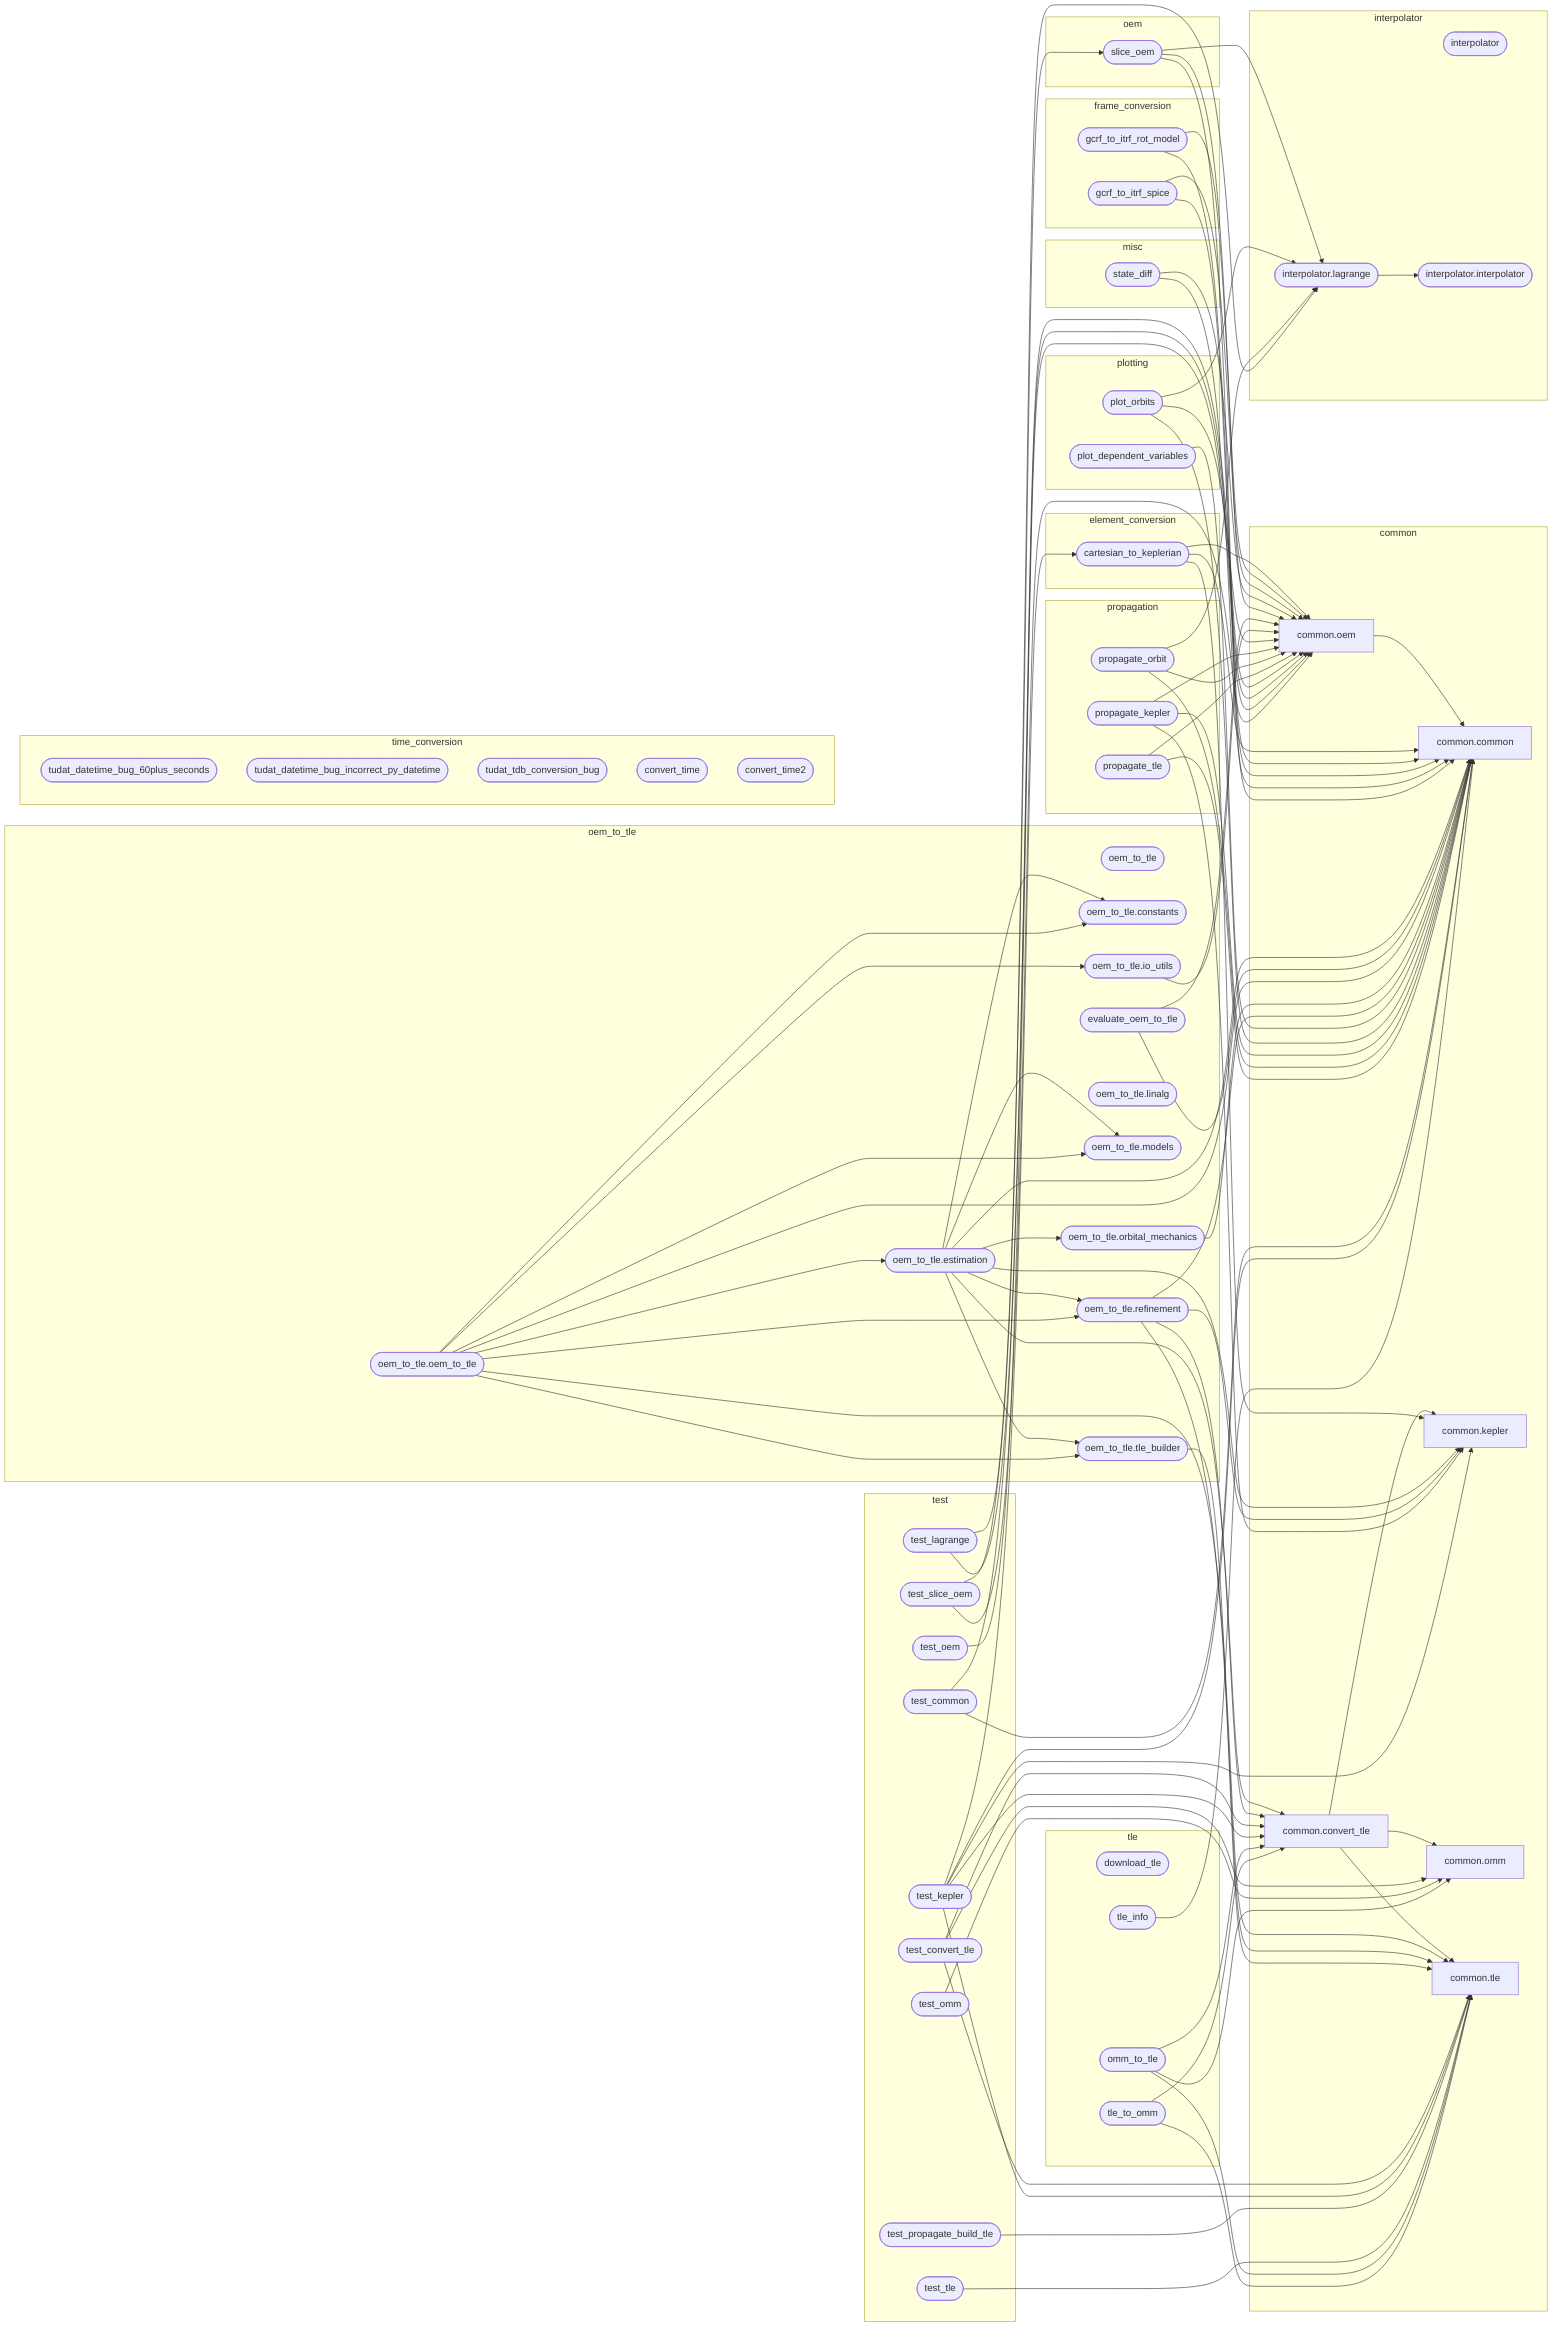
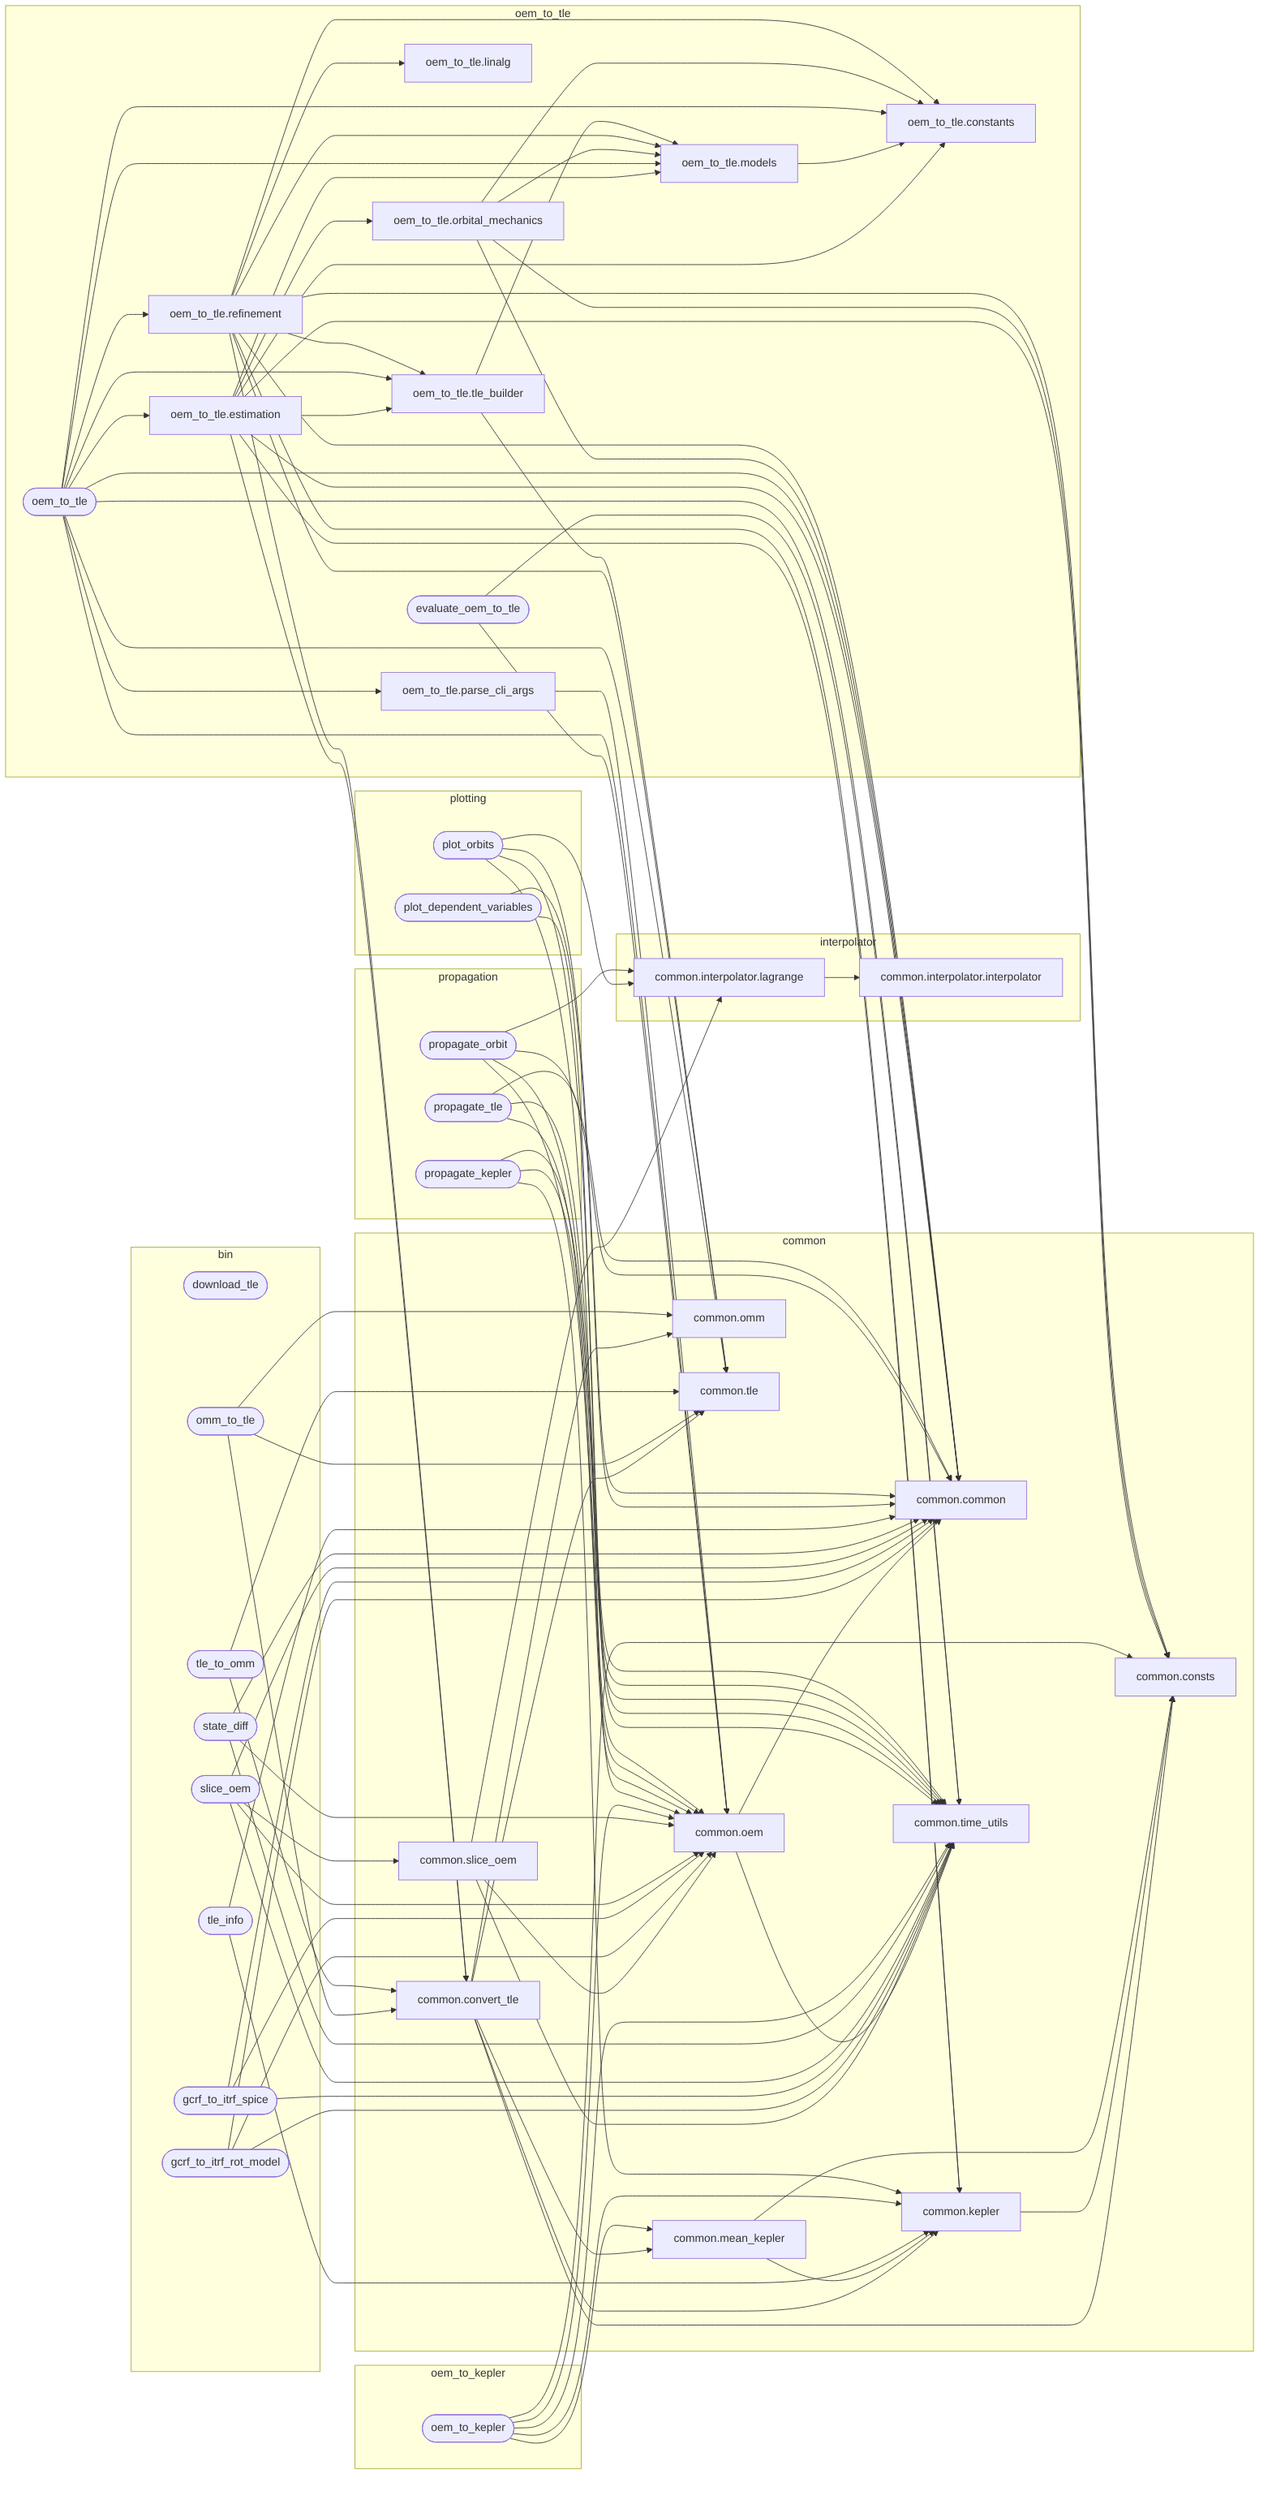
---
config:
  flowchart:
    curve: basis
---
graph LR

%% Internal Python module dependencies
%% Standalone scripts use stadium shape ([...])
%% Library modules use default rectangle shape [...]

    subgraph common
        mod_common_common[common.common]
+         mod_common_consts[common.consts]
        mod_common_convert_tle[common.convert_tle]
        mod_common_kepler[common.kepler]
+         mod_common_mean_kepler[common.mean_kepler]
        mod_common_oem[common.oem]
        mod_common_omm[common.omm]
+         mod_common_slice_oem[common.slice_oem]
+         mod_common_time_utils[common.time_utils]
        mod_common_tle[common.tle]
    end

-     subgraph element_conversion
-         mod_element_conversion_cartesian_to_keplerian([cartesian_to_keplerian])
+     subgraph interpolator
+         mod_interpolator_interpolator[common.interpolator.interpolator]
+         mod_interpolator_lagrange[common.interpolator.lagrange]
    end

-     subgraph frame_conversion
-         mod_frame_conversion_gcrf_to_itrf_rot_model([gcrf_to_itrf_rot_model])
-         mod_frame_conversion_gcrf_to_itrf_spice([gcrf_to_itrf_spice])
+     subgraph bin
+         mod_bin_download_tle([download_tle])
+         mod_bin_gcrf_to_itrf_rot_model([gcrf_to_itrf_rot_model])
+         mod_bin_gcrf_to_itrf_spice([gcrf_to_itrf_spice])
+         mod_bin_omm_to_tle([omm_to_tle])
+         mod_bin_slice_oem([slice_oem])
+         mod_bin_state_diff([state_diff])
+         mod_bin_tle_info([tle_info])
+         mod_bin_tle_to_omm([tle_to_omm])
    end

-     subgraph interpolator
-         mod_interpolator_package([interpolator])
-         mod_interpolator_interpolator([interpolator.interpolator])
-         mod_interpolator_lagrange([interpolator.lagrange])
-     end
- 
-     subgraph misc
-         mod_misc_state_diff([state_diff])
-     end
- 
-     subgraph oem
-         mod_oem_slice_oem([slice_oem])
+     subgraph oem_to_kepler
+         mod_oem_to_kepler([oem_to_kepler])
    end

    subgraph oem_to_tle
-         mod_oem_to_tle_package([oem_to_tle])
-         mod_oem_to_tle_constants([oem_to_tle.constants])
-         mod_oem_to_tle_estimation([oem_to_tle.estimation])
+         mod_oem_to_tle_constants[oem_to_tle.constants]
+         mod_oem_to_tle_estimation[oem_to_tle.estimation]
        mod_oem_to_tle_evaluate_oem_to_tle([evaluate_oem_to_tle])
-         mod_oem_to_tle_io_utils([oem_to_tle.io_utils])
-         mod_oem_to_tle_linalg([oem_to_tle.linalg])
-         mod_oem_to_tle_models([oem_to_tle.models])
-         mod_oem_to_tle_oem_to_tle([oem_to_tle.oem_to_tle])
-         mod_oem_to_tle_orbital_mechanics([oem_to_tle.orbital_mechanics])
-         mod_oem_to_tle_refinement([oem_to_tle.refinement])
-         mod_oem_to_tle_tle_builder([oem_to_tle.tle_builder])
+         mod_oem_to_tle_linalg[oem_to_tle.linalg]
+         mod_oem_to_tle_models[oem_to_tle.models]
+         mod_oem_to_tle_oem_to_tle([oem_to_tle])
+         mod_oem_to_tle_orbital_mechanics[oem_to_tle.orbital_mechanics]
+         mod_oem_to_tle_parse_cli_args[oem_to_tle.parse_cli_args]
+         mod_oem_to_tle_refinement[oem_to_tle.refinement]
+         mod_oem_to_tle_tle_builder[oem_to_tle.tle_builder]
    end

    subgraph plotting
        mod_plotting_plot_dependent_variables([plot_dependent_variables])
        mod_plotting_plot_orbits([plot_orbits])
    end

    subgraph propagation
        mod_propagation_propagate_kepler([propagate_kepler])
-         mod_propagation_propagate_satellite_orbit([propagate_orbit])
+         mod_propagation_propagate_orbit([propagate_orbit])
        mod_propagation_propagate_tle([propagate_tle])
    end

-     subgraph test
-         mod_test_test_common([test_common])
-         mod_test_test_convert_tle([test_convert_tle])
-         mod_test_test_kepler([test_kepler])
-         mod_test_test_lagrange([test_lagrange])
-         mod_test_test_oem([test_oem])
-         mod_test_test_omm([test_omm])
-         mod_test_test_propagate_build_tle([test_propagate_build_tle])
-         mod_test_test_slice_oem([test_slice_oem])
-         mod_test_test_tle([test_tle])
-     end
- 
-     subgraph time_conversion
-         mod_time_conversion_old_tudat_datetime_bug_60plus_seconds([tudat_datetime_bug_60plus_seconds])
-         mod_time_conversion_old_tudat_datetime_bug_incorrect_py_datetime([tudat_datetime_bug_incorrect_py_datetime])
-         mod_time_conversion_old_tudat_tdb_conversion_bug([tudat_tdb_conversion_bug])
-         mod_time_conversion_tools_convert_time([convert_time])
-         mod_time_conversion_tools_convert_time2([convert_time2])
-     end
- 
-     subgraph tle
-         mod_tle_download_tle([download_tle])
-         mod_tle_omm_to_tle([omm_to_tle])
-         mod_tle_tle_info([tle_info])
-         mod_tle_tle_to_omm([tle_to_omm])
-     end
- 
-     %% Edges
+     %% ===== Common library internal edges =====
    mod_common_convert_tle --> mod_common_kepler
+     mod_common_convert_tle --> mod_common_mean_kepler
    mod_common_convert_tle --> mod_common_omm
    mod_common_convert_tle --> mod_common_tle
+     mod_common_convert_tle --> mod_common_consts
+     mod_common_kepler --> mod_common_consts
+     mod_common_mean_kepler --> mod_common_kepler
+     mod_common_mean_kepler --> mod_common_consts
    mod_common_oem --> mod_common_common
-     mod_element_conversion_cartesian_to_keplerian --> mod_common_common
-     mod_element_conversion_cartesian_to_keplerian --> mod_common_kepler
-     mod_element_conversion_cartesian_to_keplerian --> mod_common_oem
-     mod_frame_conversion_gcrf_to_itrf_rot_model --> mod_common_common
-     mod_frame_conversion_gcrf_to_itrf_rot_model --> mod_common_oem
-     mod_frame_conversion_gcrf_to_itrf_spice --> mod_common_common
-     mod_frame_conversion_gcrf_to_itrf_spice --> mod_common_oem
+     mod_common_oem --> mod_common_time_utils
+     mod_common_slice_oem --> mod_common_oem
+     mod_common_slice_oem --> mod_common_time_utils
+     mod_common_slice_oem --> mod_interpolator_lagrange
    mod_interpolator_lagrange --> mod_interpolator_interpolator
-     mod_misc_state_diff --> mod_common_common
-     mod_misc_state_diff --> mod_common_oem
-     mod_oem_slice_oem --> mod_common_common
-     mod_oem_slice_oem --> mod_common_oem
-     mod_oem_slice_oem --> mod_interpolator_lagrange
+ 
+     %% ===== bin/ script edges =====
+     mod_bin_gcrf_to_itrf_rot_model --> mod_common_common
+     mod_bin_gcrf_to_itrf_rot_model --> mod_common_oem
+     mod_bin_gcrf_to_itrf_rot_model --> mod_common_time_utils
+     mod_bin_gcrf_to_itrf_spice --> mod_common_common
+     mod_bin_gcrf_to_itrf_spice --> mod_common_oem
+     mod_bin_gcrf_to_itrf_spice --> mod_common_time_utils
+     mod_bin_omm_to_tle --> mod_common_convert_tle
+     mod_bin_omm_to_tle --> mod_common_omm
+     mod_bin_omm_to_tle --> mod_common_tle
+     mod_bin_slice_oem --> mod_common_common
+     mod_bin_slice_oem --> mod_common_oem
+     mod_bin_slice_oem --> mod_common_slice_oem
+     mod_bin_slice_oem --> mod_common_time_utils
+     mod_bin_state_diff --> mod_common_common
+     mod_bin_state_diff --> mod_common_oem
+     mod_bin_state_diff --> mod_common_time_utils
+     mod_bin_tle_info --> mod_common_common
+     mod_bin_tle_info --> mod_common_kepler
+     mod_bin_tle_to_omm --> mod_common_convert_tle
+     mod_bin_tle_to_omm --> mod_common_tle
+ 
+     %% ===== oem_to_kepler edges =====
+     mod_oem_to_kepler --> mod_common_consts
+     mod_oem_to_kepler --> mod_common_kepler
+     mod_oem_to_kepler --> mod_common_mean_kepler
+     mod_oem_to_kepler --> mod_common_oem
+     mod_oem_to_kepler --> mod_common_time_utils
+ 
+     %% ===== oem_to_tle edges =====
    mod_oem_to_tle_estimation --> mod_common_common
+     mod_oem_to_tle_estimation --> mod_common_consts
    mod_oem_to_tle_estimation --> mod_common_convert_tle
    mod_oem_to_tle_estimation --> mod_common_kepler
    mod_oem_to_tle_estimation --> mod_oem_to_tle_constants
    mod_oem_to_tle_estimation --> mod_oem_to_tle_models
    mod_oem_to_tle_estimation --> mod_oem_to_tle_orbital_mechanics
-     mod_oem_to_tle_estimation --> mod_oem_to_tle_refinement
    mod_oem_to_tle_estimation --> mod_oem_to_tle_tle_builder
-     mod_oem_to_tle_evaluate_oem_to_tle --> mod_common_common
    mod_oem_to_tle_evaluate_oem_to_tle --> mod_common_oem
-     mod_oem_to_tle_io_utils --> mod_common_oem
+     mod_oem_to_tle_evaluate_oem_to_tle --> mod_common_time_utils
+     mod_oem_to_tle_models --> mod_oem_to_tle_constants
    mod_oem_to_tle_oem_to_tle --> mod_common_common
+     mod_oem_to_tle_oem_to_tle --> mod_common_oem
+     mod_oem_to_tle_oem_to_tle --> mod_common_time_utils
    mod_oem_to_tle_oem_to_tle --> mod_common_tle
    mod_oem_to_tle_oem_to_tle --> mod_oem_to_tle_constants
    mod_oem_to_tle_oem_to_tle --> mod_oem_to_tle_estimation
-     mod_oem_to_tle_oem_to_tle --> mod_oem_to_tle_io_utils
    mod_oem_to_tle_oem_to_tle --> mod_oem_to_tle_models
+     mod_oem_to_tle_oem_to_tle --> mod_oem_to_tle_parse_cli_args
    mod_oem_to_tle_oem_to_tle --> mod_oem_to_tle_refinement
    mod_oem_to_tle_oem_to_tle --> mod_oem_to_tle_tle_builder
    mod_oem_to_tle_orbital_mechanics --> mod_common_common
+     mod_oem_to_tle_orbital_mechanics --> mod_common_consts
+     mod_oem_to_tle_orbital_mechanics --> mod_oem_to_tle_constants
+     mod_oem_to_tle_orbital_mechanics --> mod_oem_to_tle_models
+     mod_oem_to_tle_parse_cli_args --> mod_common_oem
    mod_oem_to_tle_refinement --> mod_common_common
+     mod_oem_to_tle_refinement --> mod_common_consts
    mod_oem_to_tle_refinement --> mod_common_convert_tle
    mod_oem_to_tle_refinement --> mod_common_kepler
    mod_oem_to_tle_refinement --> mod_common_tle
+     mod_oem_to_tle_refinement --> mod_oem_to_tle_constants
+     mod_oem_to_tle_refinement --> mod_oem_to_tle_linalg
+     mod_oem_to_tle_refinement --> mod_oem_to_tle_models
+     mod_oem_to_tle_refinement --> mod_oem_to_tle_tle_builder
    mod_oem_to_tle_tle_builder --> mod_common_tle
+     mod_oem_to_tle_tle_builder --> mod_oem_to_tle_models
+ 
+     %% ===== plotting edges =====
    mod_plotting_plot_dependent_variables --> mod_common_common
+     mod_plotting_plot_dependent_variables --> mod_common_time_utils
    mod_plotting_plot_orbits --> mod_common_common
    mod_plotting_plot_orbits --> mod_common_oem
+     mod_plotting_plot_orbits --> mod_common_time_utils
    mod_plotting_plot_orbits --> mod_interpolator_lagrange
-     mod_propagation_propagate_kepler --> mod_common_common
+ 
+     %% ===== propagation edges =====
+     mod_propagation_propagate_kepler --> mod_common_oem
    mod_propagation_propagate_kepler --> mod_common_kepler
-     mod_propagation_propagate_kepler --> mod_common_oem
-     mod_propagation_propagate_satellite_orbit --> mod_common_common
-     mod_propagation_propagate_satellite_orbit --> mod_common_oem
-     mod_propagation_propagate_satellite_orbit --> mod_interpolator_lagrange
+     mod_propagation_propagate_kepler --> mod_common_time_utils
+     mod_propagation_propagate_orbit --> mod_common_common
+     mod_propagation_propagate_orbit --> mod_common_oem
+     mod_propagation_propagate_orbit --> mod_common_time_utils
+     mod_propagation_propagate_orbit --> mod_interpolator_lagrange
    mod_propagation_propagate_tle --> mod_common_common
    mod_propagation_propagate_tle --> mod_common_oem
-     mod_test_test_common --> mod_common_common
-     mod_test_test_common --> mod_common_oem
-     mod_test_test_convert_tle --> mod_common_convert_tle
-     mod_test_test_convert_tle --> mod_common_omm
-     mod_test_test_convert_tle --> mod_common_tle
-     mod_test_test_kepler --> mod_common_common
-     mod_test_test_kepler --> mod_common_convert_tle
-     mod_test_test_kepler --> mod_common_kepler
-     mod_test_test_kepler --> mod_common_tle
-     mod_test_test_kepler --> mod_element_conversion_cartesian_to_keplerian
-     mod_test_test_lagrange --> mod_common_oem
-     mod_test_test_lagrange --> mod_interpolator_lagrange
-     mod_test_test_oem --> mod_common_oem
-     mod_test_test_omm --> mod_common_omm
-     mod_test_test_propagate_build_tle --> mod_common_tle
-     mod_test_test_slice_oem --> mod_common_oem
-     mod_test_test_slice_oem --> mod_oem_slice_oem
-     mod_test_test_tle --> mod_common_tle
-     mod_tle_omm_to_tle --> mod_common_convert_tle
-     mod_tle_omm_to_tle --> mod_common_omm
-     mod_tle_omm_to_tle --> mod_common_tle
-     mod_tle_tle_info --> mod_common_common
-     mod_tle_tle_to_omm --> mod_common_convert_tle
-     mod_tle_tle_to_omm --> mod_common_tle
+     mod_propagation_propagate_tle --> mod_common_time_utils
